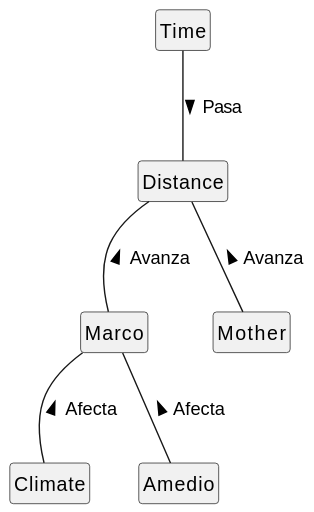
puntoReflex/.github keeps this PlantUML diagram as images/modelosUML/retos&proyectos/viajeMarco/docs/domainModel/src/vocabulary.svg. Above is the earlier version.
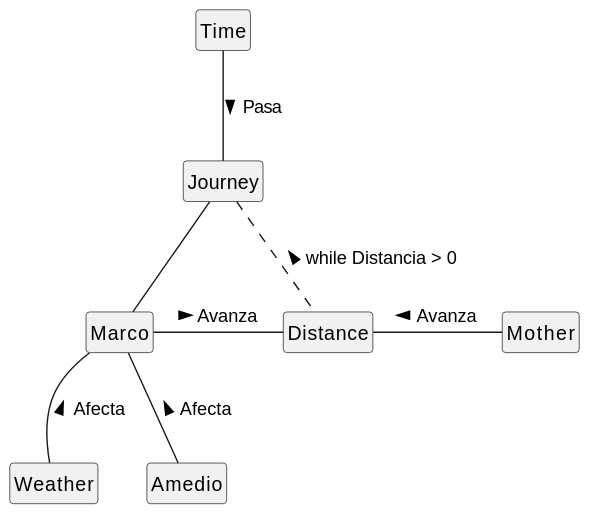
The same file after the commit.

Commit message:
Integra mapa de transición de estados en UML

Change to the diagram source:
```diff
@@ -3,13 +3,17 @@
 hide empty members
 hide circle
 
-Marco -- Climate: < Afecta
+Marco -- Weather: < Afecta
 Marco -- Amedio: < Afecta
 
-Marco -u- Distance: > Avanza
+Marco -r- Distance: > Avanza
 
-Distance -d- Mother: < Avanza
+Distance -r- Mother: < Avanza
 
-Time -d- Distance: > Pasa
+Time -- Journey: > Pasa
+
+Journey -- Marco
+
+Journey .. Distance: < while Distancia > 0
 
 @enduml
```
